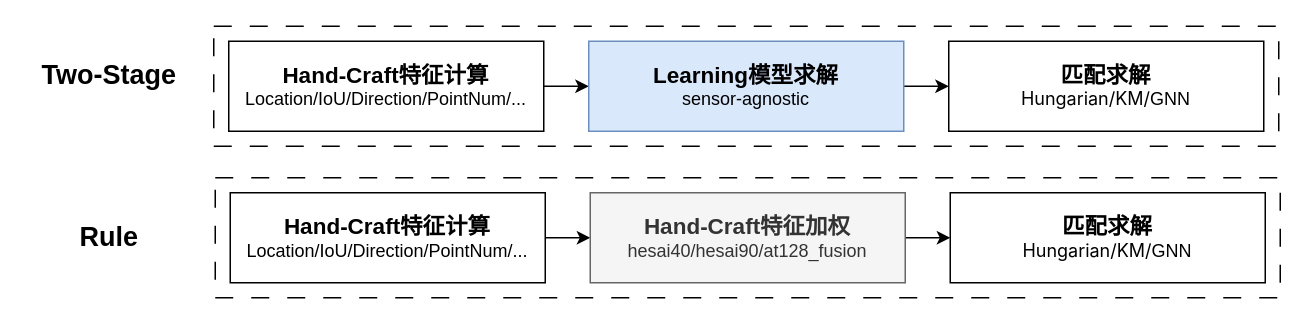
Before: xgb二阶段方案.drawio in Angzz/drawio, a draw.io diagram. Source tidied: cells renumbered, new cells numbered last; positions are measured from the earlier drawing's top-left corner, leaving out a move shared by most shapes. Both pictures are drawn from the tidied source at 150%, with x=0, y=0 at pixel (26, 26).
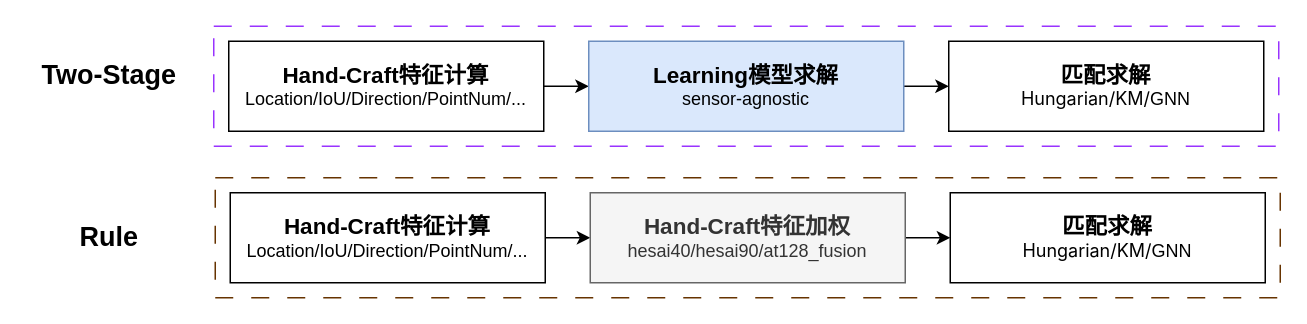
After the change.

Commit message (it also covers changes not shown here):
xgb二阶段方案.drawio

Diff of the diagram source:
```diff
@@
 <mxGraphModel>
   <root>
     <mxCell id="0" />
     <mxCell id="1" parent="0" />
-    <mxCell id="2" style="rounded=0;whiteSpace=wrap;html=1;dashed=1;dashPattern=12 12;" parent="1" vertex="1">
+    <mxCell id="2" style="rounded=0;whiteSpace=wrap;html=1;dashed=1;dashPattern=12 12;strokeColor=#9933FF;" parent="1" vertex="1">
       <mxGeometry x="125" width="710" height="80" as="geometry" />
     </mxCell>
     <mxCell id="3" style="edgeStyle=orthogonalEdgeStyle;rounded=0;jettySize=auto;html=1;entryX=0;entryY=0.5;entryDx=0;entryDy=0;" parent="1" edge="1" source="4" target="6">
       <mxGeometry relative="1" as="geometry" />
     </mxCell>
     <mxCell id="4" value="&lt;b&gt;&lt;font style=&quot;font-size: 15px;&quot;&gt;Hand-Craft特征计算&lt;/font&gt;&lt;/b&gt;&lt;span style=&quot;background-color: initial;&quot;&gt;Location/IoU/Direction/PointNum/...&lt;/span&gt;" style="rounded=0;whiteSpace=wrap;html=1;" parent="1" vertex="1">
       <mxGeometry x="135" y="10" width="210" height="60" as="geometry" />
     </mxCell>
     <mxCell id="5" style="edgeStyle=orthogonalEdgeStyle;rounded=0;jettySize=auto;html=1;entryX=0;entryY=0.5;entryDx=0;entryDy=0;" parent="1" edge="1" source="6" target="7">
       <mxGeometry relative="1" as="geometry" />
     </mxCell>
     <mxCell id="6" value="&lt;b&gt;&lt;font style=&quot;font-size: 15px;&quot;&gt;Learning模型求解&lt;/font&gt;&lt;/b&gt;&lt;div&gt;sensor-agnostic&lt;/div&gt;" style="rounded=0;whiteSpace=wrap;html=1;fillColor=#dae8fc;strokeColor=#6c8ebf;" parent="1" vertex="1">
       <mxGeometry x="375" y="10" width="210" height="60" as="geometry" />
     </mxCell>
     <mxCell id="7" value="&lt;span style=&quot;font-size: 15px;&quot;&gt;&lt;b&gt;匹配求解&lt;/b&gt;&lt;/span&gt;&lt;div style=&quot;&quot;&gt;&lt;span style=&quot;background-color: rgb(255, 255, 255); font-family: -apple-system, &amp;quot;system-ui&amp;quot;, &amp;quot;Segoe UI&amp;quot;, Helvetica, Arial, sans-serif, &amp;quot;Apple Color Emoji&amp;quot;, &amp;quot;Segoe UI Emoji&amp;quot;; text-align: start;&quot;&gt;Hungarian/KM/&lt;/span&gt;&lt;span style=&quot;background-color: initial;&quot;&gt;GNN&lt;/span&gt;&lt;/div&gt;" style="rounded=0;whiteSpace=wrap;html=1;" parent="1" vertex="1">
       <mxGeometry x="615" y="10" width="210" height="60" as="geometry" />
     </mxCell>
-    <mxCell id="8" style="rounded=0;whiteSpace=wrap;html=1;dashed=1;dashPattern=12 12;" parent="1" vertex="1">
+    <mxCell id="8" style="rounded=0;whiteSpace=wrap;html=1;dashed=1;dashPattern=12 12;strokeColor=#663300;" parent="1" vertex="1">
       <mxGeometry x="126" y="101" width="710" height="80" as="geometry" />
     </mxCell>
     <mxCell id="9" style="edgeStyle=orthogonalEdgeStyle;rounded=0;jettySize=auto;html=1;entryX=0;entryY=0.5;entryDx=0;entryDy=0;" parent="1" edge="1" source="10" target="12">
       <mxGeometry relative="1" as="geometry" />
     </mxCell>
     <mxCell id="10" value="&lt;b&gt;&lt;font style=&quot;font-size: 15px;&quot;&gt;Hand-Craft特征计算&lt;/font&gt;&lt;/b&gt;&lt;span style=&quot;background-color: initial;&quot;&gt;Location/IoU/Direction/PointNum/...&lt;/span&gt;" style="rounded=0;whiteSpace=wrap;html=1;" parent="1" vertex="1">
       <mxGeometry x="136" y="111" width="210" height="60" as="geometry" />
     </mxCell>
     <mxCell id="11" style="edgeStyle=orthogonalEdgeStyle;rounded=0;jettySize=auto;html=1;entryX=0;entryY=0.5;entryDx=0;entryDy=0;" parent="1" edge="1" source="12" target="13">
       <mxGeometry relative="1" as="geometry" />
     </mxCell>
     <mxCell id="12" value="&lt;b&gt;&lt;font style=&quot;font-size: 15px;&quot;&gt;Hand-Craft特征加权&lt;/font&gt;&lt;/b&gt;&lt;div&gt;hesai40/hesai90/at128_fusion&lt;/div&gt;" style="rounded=0;whiteSpace=wrap;html=1;fillColor=#f5f5f5;fontColor=#333333;strokeColor=#666666;" parent="1" vertex="1">
       <mxGeometry x="376" y="111" width="210" height="60" as="geometry" />
     </mxCell>
     <mxCell id="13" value="&lt;span style=&quot;font-size: 15px;&quot;&gt;&lt;b&gt;匹配求解&lt;/b&gt;&lt;/span&gt;&lt;div style=&quot;&quot;&gt;&lt;span style=&quot;background-color: rgb(255, 255, 255); font-family: -apple-system, &amp;quot;system-ui&amp;quot;, &amp;quot;Segoe UI&amp;quot;, Helvetica, Arial, sans-serif, &amp;quot;Apple Color Emoji&amp;quot;, &amp;quot;Segoe UI Emoji&amp;quot;; text-align: start;&quot;&gt;Hungarian/KM/&lt;/span&gt;&lt;span style=&quot;background-color: initial;&quot;&gt;GNN&lt;/span&gt;&lt;/div&gt;" style="rounded=0;whiteSpace=wrap;html=1;" parent="1" vertex="1">
       <mxGeometry x="616" y="111" width="210" height="60" as="geometry" />
     </mxCell>
     <mxCell id="14" value="Two-Stage" style="text;html=1;align=center;verticalAlign=middle;strokeColor=none;fillColor=none;fontStyle=1;fontSize=18;" parent="1" vertex="1">
       <mxGeometry y="13" width="110" height="40" as="geometry" />
     </mxCell>
     <mxCell id="15" value="Rule" style="text;html=1;align=center;verticalAlign=middle;strokeColor=none;fillColor=none;fontStyle=1;fontSize=18;" parent="1" vertex="1">
       <mxGeometry x="25" y="121" width="60" height="40" as="geometry" />
     </mxCell>
   </root>
 </mxGraphModel>
```
